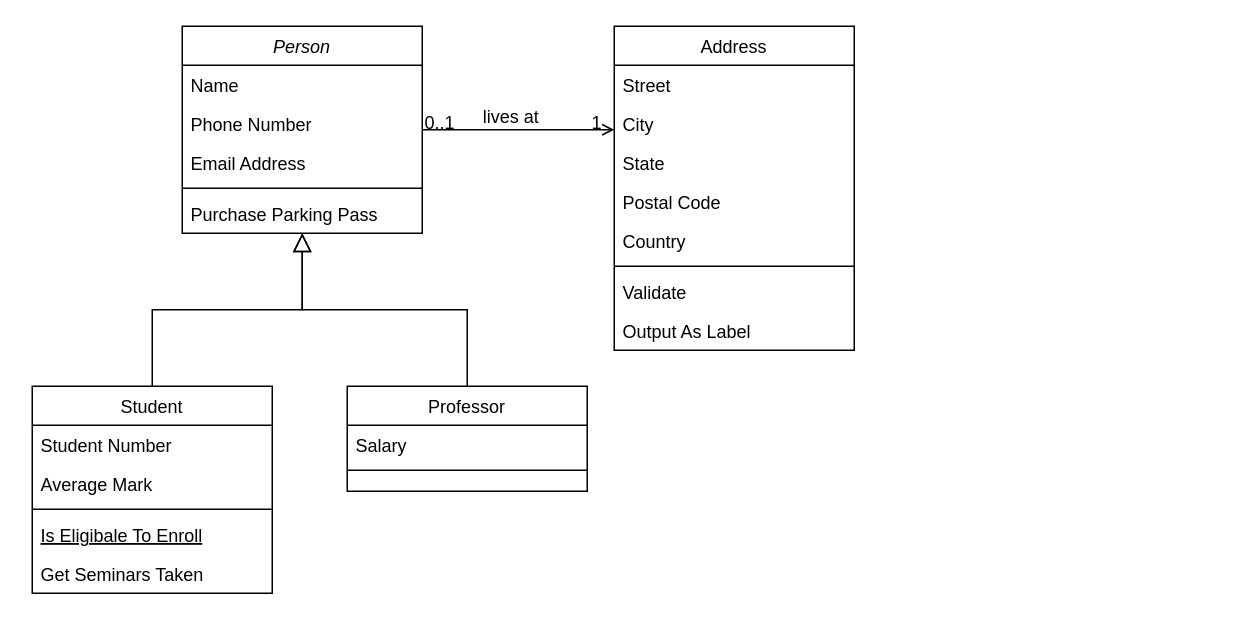
Above: money.drawio in tacha7/Asya (draw.io), before the change. Source tidied: cells renumbered, new cells numbered last; positions are measured from the earlier drawing's top-left corner, leaving out a move shared by most shapes. Both pictures are drawn from the tidied source at 150%, with x=0, y=0 at pixel (32, 26).
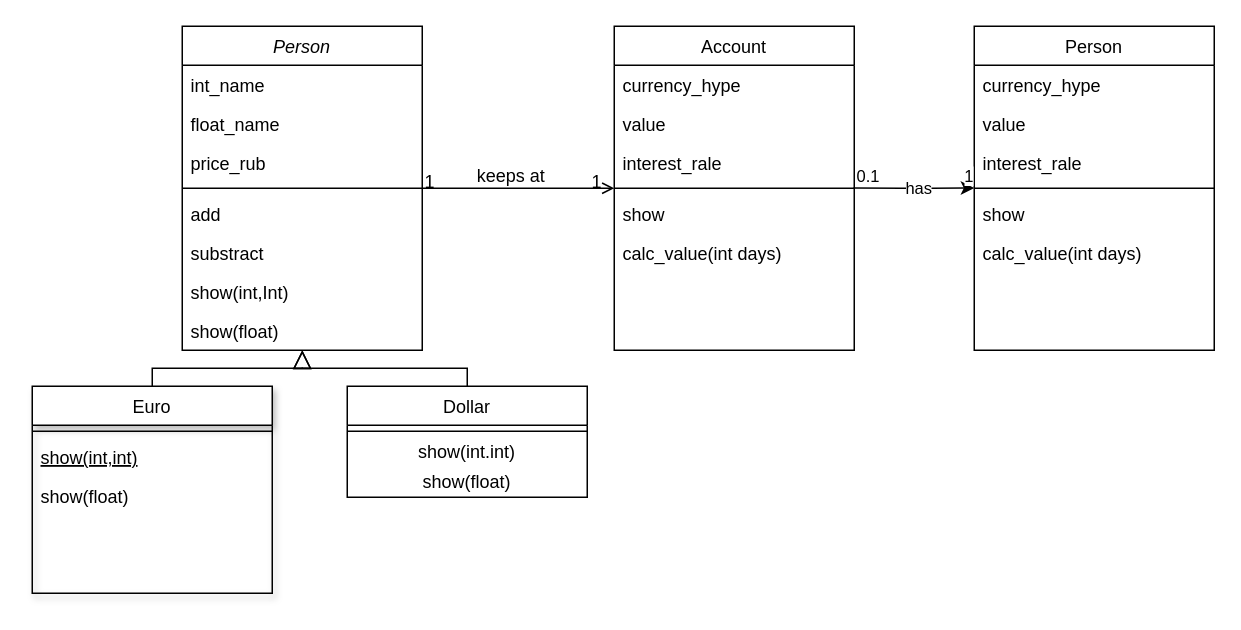
The same diagram, later.

Unchanged cells that the change refers to:
```xml
<mxCell id="28" style="endArrow=open;shadow=0;strokeWidth=1;rounded=0;endFill=1;edgeStyle=elbowEdgeStyle;elbow=vertical;" parent="1" edge="1" source="2" target="19">
  <mxGeometry x="0.5" y="41" relative="1" as="geometry">
    <mxPoint x="-40" y="32" as="offset" />
  </mxGeometry>
</mxCell>
```

The edit, as a diff of the source:
```diff
@@
     <mxCell id="2" value="Person" style="swimlane;fontStyle=2;align=center;verticalAlign=top;horizontal=1;startSize=26;rounded=0;shadow=0;strokeWidth=1;" parent="1" vertex="1">
-      <mxGeometry x="100" width="160" height="138" as="geometry" />
+      <mxGeometry x="100" width="160" height="216" as="geometry" />
     </mxCell>
-    <mxCell id="3" value="Name" style="text;align=left;verticalAlign=top;spacingLeft=4;spacingRight=4;overflow=hidden;" parent="2" vertex="1">
+    <mxCell id="3" value="int_name" style="text;align=left;verticalAlign=top;spacingLeft=4;spacingRight=4;overflow=hidden;" parent="2" vertex="1">
       <mxGeometry y="26" width="160" height="26" as="geometry" />
     </mxCell>
-    <mxCell id="4" value="Phone Number" style="text;align=left;verticalAlign=top;spacingLeft=4;spacingRight=4;overflow=hidden;rounded=0;shadow=0;html=0;" parent="2" vertex="1">
+    <mxCell id="4" value="float_name" style="text;align=left;verticalAlign=top;spacingLeft=4;spacingRight=4;overflow=hidden;rounded=0;shadow=0;html=0;" parent="2" vertex="1">
       <mxGeometry y="52" width="160" height="26" as="geometry" />
     </mxCell>
-    <mxCell id="5" value="Email Address" style="text;align=left;verticalAlign=top;spacingLeft=4;spacingRight=4;overflow=hidden;rounded=0;shadow=0;html=0;" parent="2" vertex="1">
+    <mxCell id="5" value="price_rub" style="text;align=left;verticalAlign=top;spacingLeft=4;spacingRight=4;overflow=hidden;rounded=0;shadow=0;html=0;" parent="2" vertex="1">
       <mxGeometry y="78" width="160" height="26" as="geometry" />
     </mxCell>
@@
-    <mxCell id="7" value="Purchase Parking Pass" style="text;align=left;verticalAlign=top;spacingLeft=4;spacingRight=4;overflow=hidden;" parent="2" vertex="1">
+    <mxCell id="7" value="add" style="text;align=left;verticalAlign=top;spacingLeft=4;spacingRight=4;overflow=hidden;" parent="2" vertex="1">
       <mxGeometry y="112" width="160" height="26" as="geometry" />
     </mxCell>
+    <mxCell id="32" value="substract" style="text;align=left;verticalAlign=top;spacingLeft=4;spacingRight=4;overflow=hidden;" parent="2" vertex="1">
+      <mxGeometry y="138" width="160" height="26" as="geometry" />
+    </mxCell>
+    <mxCell id="33" value="show(int,Int)" style="text;align=left;verticalAlign=top;spacingLeft=4;spacingRight=4;overflow=hidden;" parent="2" vertex="1">
+      <mxGeometry y="164" width="160" height="26" as="geometry" />
+    </mxCell>
+    <mxCell id="34" value="show(float)" style="text;align=left;verticalAlign=top;spacingLeft=4;spacingRight=4;overflow=hidden;" parent="2" vertex="1">
+      <mxGeometry y="190" width="160" height="26" as="geometry" />
+    </mxCell>
-    <mxCell id="8" value="Student" style="swimlane;fontStyle=0;align=center;verticalAlign=top;horizontal=1;startSize=26;rounded=0;shadow=0;strokeWidth=1;" parent="1" vertex="1">
+    <mxCell id="8" value="Euro" style="swimlane;fontStyle=0;align=center;verticalAlign=top;horizontal=1;startSize=26;rounded=0;shadow=1;strokeWidth=1;" parent="1" vertex="1">
       <mxGeometry y="240" width="160" height="138" as="geometry" />
     </mxCell>
-    <mxCell id="9" value="Student Number" style="text;align=left;verticalAlign=top;spacingLeft=4;spacingRight=4;overflow=hidden;" parent="8" vertex="1">
-      <mxGeometry y="26" width="160" height="26" as="geometry" />
-    </mxCell>
-    <mxCell id="10" value="Average Mark" style="text;align=left;verticalAlign=top;spacingLeft=4;spacingRight=4;overflow=hidden;rounded=0;shadow=0;html=0;" parent="8" vertex="1">
-      <mxGeometry y="52" width="160" height="26" as="geometry" />
-    </mxCell>
     <mxCell id="11" style="line;html=1;strokeWidth=1;align=left;verticalAlign=middle;spacingTop=-1;spacingLeft=3;spacingRight=3;labelPosition=right;" parent="8" vertex="1">
-      <mxGeometry y="78" width="160" height="8" as="geometry" />
+      <mxGeometry y="26" width="160" height="8" as="geometry" />
     </mxCell>
-    <mxCell id="12" value="Is Eligibale To Enroll" style="text;align=left;verticalAlign=top;spacingLeft=4;spacingRight=4;overflow=hidden;fontStyle=4;" parent="8" vertex="1">
-      <mxGeometry y="86" width="160" height="26" as="geometry" />
+    <mxCell id="12" value="show(int,int)" style="text;align=left;verticalAlign=top;spacingLeft=4;spacingRight=4;overflow=hidden;fontStyle=4;" parent="8" vertex="1">
+      <mxGeometry y="34" width="160" height="26" as="geometry" />
     </mxCell>
-    <mxCell id="13" value="Get Seminars Taken" style="text;align=left;verticalAlign=top;spacingLeft=4;spacingRight=4;overflow=hidden;" parent="8" vertex="1">
-      <mxGeometry y="112" width="160" height="26" as="geometry" />
+    <mxCell id="13" value="show(float)" style="text;align=left;verticalAlign=top;spacingLeft=4;spacingRight=4;overflow=hidden;" parent="8" vertex="1">
+      <mxGeometry y="60" width="160" height="26" as="geometry" />
     </mxCell>
@@
-    <mxCell id="15" value="Professor" style="swimlane;fontStyle=0;align=center;verticalAlign=top;horizontal=1;startSize=26;rounded=0;shadow=0;strokeWidth=1;" parent="1" vertex="1">
-      <mxGeometry x="210" y="240" width="160" height="70" as="geometry" />
+    <mxCell id="15" value="Dollar" style="swimlane;fontStyle=0;align=center;verticalAlign=top;horizontal=1;startSize=26;rounded=0;shadow=0;strokeWidth=1;" parent="1" vertex="1">
+      <mxGeometry x="210" y="240" width="160" height="74" as="geometry" />
     </mxCell>
-    <mxCell id="16" value="Salary" style="text;align=left;verticalAlign=top;spacingLeft=4;spacingRight=4;overflow=hidden;" parent="15" vertex="1">
-      <mxGeometry y="26" width="160" height="26" as="geometry" />
-    </mxCell>
     <mxCell id="17" style="line;html=1;strokeWidth=1;align=left;verticalAlign=middle;spacingTop=-1;spacingLeft=3;spacingRight=3;labelPosition=right;" parent="15" vertex="1">
-      <mxGeometry y="52" width="160" height="8" as="geometry" />
+      <mxGeometry y="26" width="160" height="8" as="geometry" />
     </mxCell>
+    <mxCell id="35" value="show(int.int)" style="text;html=1;strokeColor=none;fillColor=none;align=center;verticalAlign=middle;whiteSpace=wrap;rounded=0;glass=0;" parent="15" vertex="1">
+      <mxGeometry y="34" width="160" height="20" as="geometry" />
+    </mxCell>
+    <mxCell id="36" value="show(float)" style="text;html=1;strokeColor=none;fillColor=none;align=center;verticalAlign=middle;whiteSpace=wrap;rounded=0;" parent="15" vertex="1">
+      <mxGeometry y="54" width="160" height="20" as="geometry" />
+    </mxCell>
@@
-    <mxCell id="19" value="Address" style="swimlane;fontStyle=0;align=center;verticalAlign=top;horizontal=1;startSize=26;rounded=0;shadow=0;strokeWidth=1;" parent="1" vertex="1">
+    <mxCell id="19" value="Account" style="swimlane;fontStyle=0;align=center;verticalAlign=top;horizontal=1;startSize=26;rounded=0;shadow=0;strokeWidth=1;" parent="1" vertex="1">
       <mxGeometry x="388" width="160" height="216" as="geometry" />
     </mxCell>
-    <mxCell id="20" value="Street" style="text;align=left;verticalAlign=top;spacingLeft=4;spacingRight=4;overflow=hidden;" parent="19" vertex="1">
+    <mxCell id="20" value="currency_hype" style="text;align=left;verticalAlign=top;spacingLeft=4;spacingRight=4;overflow=hidden;" parent="19" vertex="1">
       <mxGeometry y="26" width="160" height="26" as="geometry" />
     </mxCell>
-    <mxCell id="21" value="City" style="text;align=left;verticalAlign=top;spacingLeft=4;spacingRight=4;overflow=hidden;rounded=0;shadow=0;html=0;" parent="19" vertex="1">
+    <mxCell id="21" value="value" style="text;align=left;verticalAlign=top;spacingLeft=4;spacingRight=4;overflow=hidden;rounded=0;shadow=0;html=0;" parent="19" vertex="1">
       <mxGeometry y="52" width="160" height="26" as="geometry" />
     </mxCell>
-    <mxCell id="22" value="State" style="text;align=left;verticalAlign=top;spacingLeft=4;spacingRight=4;overflow=hidden;rounded=0;shadow=0;html=0;" parent="19" vertex="1">
+    <mxCell id="22" value="interest_rale" style="text;align=left;verticalAlign=top;spacingLeft=4;spacingRight=4;overflow=hidden;rounded=0;shadow=0;html=0;" parent="19" vertex="1">
       <mxGeometry y="78" width="160" height="26" as="geometry" />
     </mxCell>
-    <mxCell id="23" value="Postal Code" style="text;align=left;verticalAlign=top;spacingLeft=4;spacingRight=4;overflow=hidden;rounded=0;shadow=0;html=0;" parent="19" vertex="1">
-      <mxGeometry y="104" width="160" height="26" as="geometry" />
-    </mxCell>
-    <mxCell id="24" value="Country" style="text;align=left;verticalAlign=top;spacingLeft=4;spacingRight=4;overflow=hidden;rounded=0;shadow=0;html=0;" parent="19" vertex="1">
-      <mxGeometry y="130" width="160" height="26" as="geometry" />
-    </mxCell>
     <mxCell id="25" style="line;html=1;strokeWidth=1;align=left;verticalAlign=middle;spacingTop=-1;spacingLeft=3;spacingRight=3;labelPosition=right;points=[];portConstraint=eastwest;" parent="19" vertex="1">
-      <mxGeometry y="156" width="160" height="8" as="geometry" />
+      <mxGeometry y="104" width="160" height="8" as="geometry" />
     </mxCell>
-    <mxCell id="26" value="Validate" style="text;align=left;verticalAlign=top;spacingLeft=4;spacingRight=4;overflow=hidden;" parent="19" vertex="1">
-      <mxGeometry y="164" width="160" height="26" as="geometry" />
+    <mxCell id="26" value="show" style="text;align=left;verticalAlign=top;spacingLeft=4;spacingRight=4;overflow=hidden;" parent="19" vertex="1">
+      <mxGeometry y="112" width="160" height="26" as="geometry" />
     </mxCell>
-    <mxCell id="27" value="Output As Label" style="text;align=left;verticalAlign=top;spacingLeft=4;spacingRight=4;overflow=hidden;" parent="19" vertex="1">
-      <mxGeometry y="190" width="160" height="26" as="geometry" />
+    <mxCell id="27" value="calc_value(int days)" style="text;align=left;verticalAlign=top;spacingLeft=4;spacingRight=4;overflow=hidden;" parent="19" vertex="1">
+      <mxGeometry y="138" width="160" height="26" as="geometry" />
     </mxCell>
@@
-    <mxCell id="29" value="0..1" style="align=left;verticalAlign=bottom;labelBackgroundColor=none;fontSize=12;" parent="28" vertex="1">
+    <mxCell id="29" value="1" style="align=left;verticalAlign=bottom;labelBackgroundColor=none;fontSize=12;" parent="28" vertex="1">
       <mxGeometry x="-1" relative="1" as="geometry">
         <mxPoint y="4" as="offset" />
       </mxGeometry>
     </mxCell>
@@
-    <mxCell id="31" value="lives at" style="text;html=1;align=center;verticalAlign=middle;labelBackgroundColor=none;rounded=0;shadow=0;strokeWidth=1;fontSize=12;" parent="28" vertex="1">
+    <mxCell id="31" value="keeps at" style="text;html=1;align=center;verticalAlign=middle;labelBackgroundColor=none;rounded=0;shadow=0;strokeWidth=1;fontSize=12;" parent="28" vertex="1">
       <mxGeometry x="0.5" y="49" relative="1" as="geometry">
         <mxPoint x="-38" y="40" as="offset" />
       </mxGeometry>
     </mxCell>
+    <mxCell id="37" value="Person" style="swimlane;fontStyle=0;align=center;verticalAlign=top;horizontal=1;startSize=26;rounded=0;shadow=0;strokeWidth=1;" parent="1" vertex="1">
+      <mxGeometry x="628" width="160" height="216" as="geometry" />
+    </mxCell>
+    <mxCell id="38" value="currency_hype" style="text;align=left;verticalAlign=top;spacingLeft=4;spacingRight=4;overflow=hidden;" parent="37" vertex="1">
+      <mxGeometry y="26" width="160" height="26" as="geometry" />
+    </mxCell>
+    <mxCell id="39" value="value" style="text;align=left;verticalAlign=top;spacingLeft=4;spacingRight=4;overflow=hidden;rounded=0;shadow=0;html=0;" parent="37" vertex="1">
+      <mxGeometry y="52" width="160" height="26" as="geometry" />
+    </mxCell>
+    <mxCell id="40" value="interest_rale" style="text;align=left;verticalAlign=top;spacingLeft=4;spacingRight=4;overflow=hidden;rounded=0;shadow=0;html=0;" parent="37" vertex="1">
+      <mxGeometry y="78" width="160" height="26" as="geometry" />
+    </mxCell>
+    <mxCell id="41" style="line;html=1;strokeWidth=1;align=left;verticalAlign=middle;spacingTop=-1;spacingLeft=3;spacingRight=3;labelPosition=right;" parent="37" vertex="1">
+      <mxGeometry y="104" width="160" height="8" as="geometry" />
+    </mxCell>
+    <mxCell id="42" value="show" style="text;align=left;verticalAlign=top;spacingLeft=4;spacingRight=4;overflow=hidden;" parent="37" vertex="1">
+      <mxGeometry y="112" width="160" height="26" as="geometry" />
+    </mxCell>
+    <mxCell id="43" value="calc_value(int days)" style="text;align=left;verticalAlign=top;spacingLeft=4;spacingRight=4;overflow=hidden;" parent="37" vertex="1">
+      <mxGeometry y="138" width="160" height="26" as="geometry" />
+    </mxCell>
+    <mxCell id="44" value="has" style="endArrow=classic;html=1;exitX=0.997;exitY=0.476;exitDx=0;exitDy=0;exitPerimeter=0;" parent="1" edge="1" source="25">
+      <mxGeometry x="0.06" relative="1" as="geometry">
+        <mxPoint x="628" y="107.8" as="targetPoint" />
+        <Array as="points">
+          <mxPoint x="590" y="108" />
+        </Array>
+      </mxGeometry>
+    </mxCell>
+    <mxCell id="45" value="0.1" style="edgeLabel;html=1;align=left;verticalAlign=bottom;" parent="44" vertex="1">
+      <mxGeometry x="-1" relative="1" as="geometry" />
+    </mxCell>
+    <mxCell id="46" value="1" style="edgeLabel;html=1;align=right;verticalAlign=bottom;" parent="44" vertex="1">
+      <mxGeometry x="1" relative="1" as="geometry" />
+    </mxCell>
```
